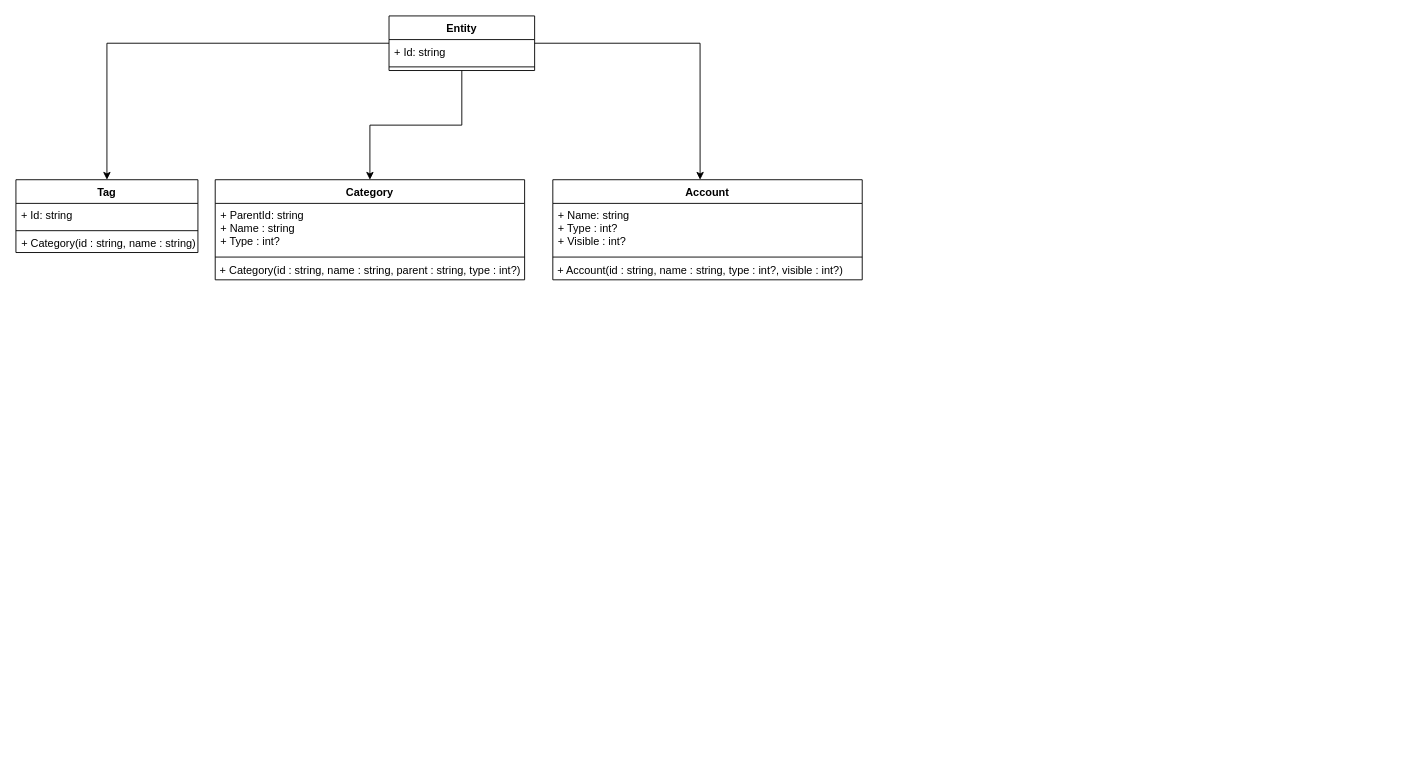
KovalevichArtjom/rovensys keeps this draw.io diagram as Untitled Diagram.drawio. Above is the earlier version. Source tidied: cells renumbered, new cells numbered last; positions are measured from the earlier drawing's top-left corner, leaving out a move shared by most shapes. Both pictures are drawn from the tidied source at 91%, with x=0, y=0 at pixel (15, 15).
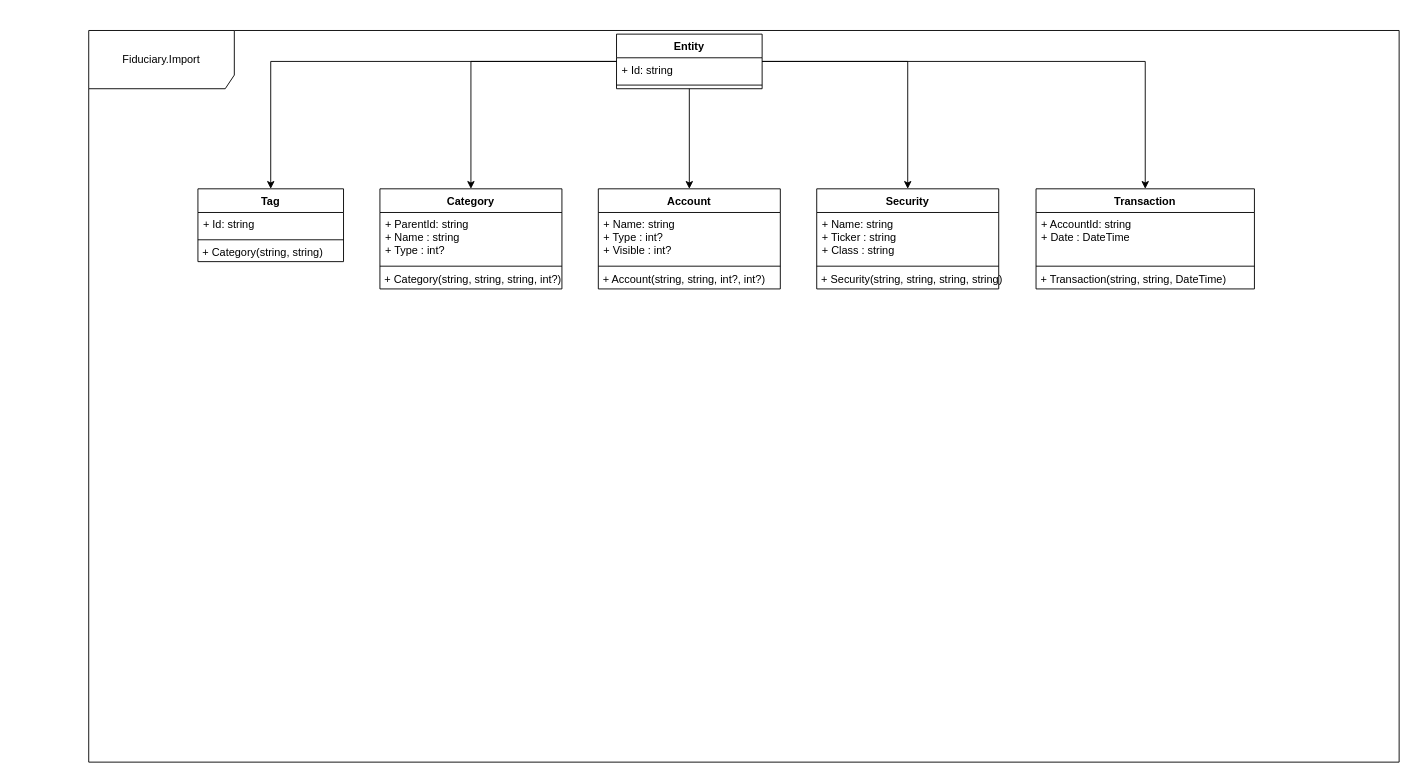
The same page after the edit.

Diff of the diagram source:
```diff
@@
-    <mxCell id="4" style="edgeStyle=orthogonalEdgeStyle;rounded=0;jettySize=auto;html=1;entryX=0.476;entryY=0;entryDx=0;entryDy=0;entryPerimeter=0;" parent="1" edge="1" source="5" target="16">
+    <mxCell id="4" style="edgeStyle=orthogonalEdgeStyle;rounded=0;jettySize=auto;html=1;entryX=0.5;entryY=0;entryDx=0;entryDy=0;" parent="1" edge="1" source="5" target="16">
       <mxGeometry relative="1" as="geometry" />
     </mxCell>
+    <mxCell id="20" style="edgeStyle=orthogonalEdgeStyle;rounded=0;jettySize=auto;html=1;entryX=0.5;entryY=0;entryDx=0;entryDy=0;" parent="1" edge="1" source="5" target="22">
+      <mxGeometry relative="1" as="geometry" />
+    </mxCell>
+    <mxCell id="21" style="edgeStyle=orthogonalEdgeStyle;rounded=0;jettySize=auto;html=1;entryX=0.5;entryY=0;entryDx=0;entryDy=0;" parent="1" edge="1" source="5" target="26">
+      <mxGeometry relative="1" as="geometry" />
+    </mxCell>
     <mxCell id="5" value="Entity" style="swimlane;fontStyle=1;align=center;verticalAlign=top;horizontal=1;startSize=26;" parent="1" vertex="1">
-      <mxGeometry x="410" width="160" height="60" as="geometry" />
+      <mxGeometry x="660" y="20" width="160" height="60" as="geometry" />
     </mxCell>
@@
     <mxCell id="8" value="Tag" style="swimlane;fontStyle=1;align=center;verticalAlign=top;horizontal=1;startSize=26;" parent="1" vertex="1">
-      <mxGeometry y="180" width="200" height="80" as="geometry" />
+      <mxGeometry x="200" y="190" width="160" height="80" as="geometry" />
     </mxCell>
     <mxCell id="9" value="+ Id: string" style="text;strokeColor=none;fillColor=none;align=left;verticalAlign=top;spacingLeft=4;spacingRight=4;overflow=hidden;" parent="8" vertex="1">
-      <mxGeometry y="26" width="200" height="26" as="geometry" />
+      <mxGeometry y="26" width="160" height="26" as="geometry" />
     </mxCell>
     <mxCell id="10" style="line;strokeWidth=1;fillColor=none;align=left;verticalAlign=middle;spacingTop=-1;spacingLeft=3;spacingRight=3;labelPosition=right;" parent="8" vertex="1">
-      <mxGeometry y="52" width="200" height="8" as="geometry" />
+      <mxGeometry y="52" width="160" height="8" as="geometry" />
     </mxCell>
-    <mxCell id="11" value="&lt;div align=&quot;left&quot;&gt;&amp;nbsp;+ Category(id : string, name : string)&lt;/div&gt;" style="text;html=1;align=center;verticalAlign=middle;strokeColor=none;fillColor=none;" parent="8" vertex="1">
-      <mxGeometry y="60" width="200" height="20" as="geometry" />
+    <mxCell id="11" value="&lt;div align=&quot;left&quot;&gt;&amp;nbsp;+ Category(string, string)&lt;/div&gt;" style="text;html=1;align=left;verticalAlign=middle;strokeColor=none;fillColor=none;" parent="8" vertex="1">
+      <mxGeometry y="60" width="160" height="20" as="geometry" />
     </mxCell>
     <mxCell id="12" value="Category" style="swimlane;fontStyle=1;align=center;verticalAlign=top;horizontal=1;startSize=26;" parent="1" vertex="1">
-      <mxGeometry x="219" y="180" width="340" height="110" as="geometry" />
+      <mxGeometry x="400" y="190" width="200" height="110" as="geometry" />
     </mxCell>
     <mxCell id="13" value="+ ParentId: string&#10;+ Name : string&#10;+ Type : int?" style="text;strokeColor=none;fillColor=none;align=left;verticalAlign=top;spacingLeft=4;spacingRight=4;overflow=hidden;" parent="12" vertex="1">
-      <mxGeometry y="26" width="340" height="54" as="geometry" />
+      <mxGeometry y="26" width="200" height="54" as="geometry" />
     </mxCell>
     <mxCell id="14" style="line;strokeWidth=1;fillColor=none;align=left;verticalAlign=middle;spacingTop=-1;spacingLeft=3;spacingRight=3;labelPosition=right;" parent="12" vertex="1">
-      <mxGeometry y="80" width="340" height="10" as="geometry" />
+      <mxGeometry y="80" width="200" height="10" as="geometry" />
     </mxCell>
-    <mxCell id="15" value="&lt;div align=&quot;left&quot;&gt;&amp;nbsp;+ Category(id : string, name : string, parent : string, type : int?)&lt;/div&gt;" style="text;html=1;align=left;verticalAlign=middle;strokeColor=none;fillColor=none;" parent="12" vertex="1">
-      <mxGeometry y="90" width="340" height="20" as="geometry" />
+    <mxCell id="15" value="&lt;div align=&quot;left&quot;&gt;&amp;nbsp;+ Category(string, string, string, int?)&lt;/div&gt;" style="text;html=1;align=left;verticalAlign=middle;strokeColor=none;fillColor=none;" parent="12" vertex="1">
+      <mxGeometry y="90" width="200" height="20" as="geometry" />
     </mxCell>
     <mxCell id="16" value="Account" style="swimlane;fontStyle=1;align=center;verticalAlign=top;horizontal=1;startSize=26;" parent="1" vertex="1">
-      <mxGeometry x="590" y="180" width="340" height="110" as="geometry" />
+      <mxGeometry x="640" y="190" width="200" height="110" as="geometry" />
     </mxCell>
     <mxCell id="17" value="+ Name: string&#10;+ Type : int?&#10;+ Visible : int?" style="text;strokeColor=none;fillColor=none;align=left;verticalAlign=top;spacingLeft=4;spacingRight=4;overflow=hidden;" parent="16" vertex="1">
-      <mxGeometry y="26" width="340" height="54" as="geometry" />
+      <mxGeometry y="26" width="200" height="54" as="geometry" />
     </mxCell>
     <mxCell id="18" style="line;strokeWidth=1;fillColor=none;align=left;verticalAlign=middle;spacingTop=-1;spacingLeft=3;spacingRight=3;labelPosition=right;" parent="16" vertex="1">
-      <mxGeometry y="80" width="340" height="10" as="geometry" />
+      <mxGeometry y="80" width="200" height="10" as="geometry" />
     </mxCell>
-    <mxCell id="19" value="&lt;div align=&quot;left&quot;&gt;&amp;nbsp;+ Account(id : string, name : string, type : int?, visible : int?)&lt;/div&gt;" style="text;html=1;align=left;verticalAlign=middle;strokeColor=none;fillColor=none;" parent="16" vertex="1">
-      <mxGeometry y="90" width="340" height="20" as="geometry" />
+    <mxCell id="19" value="&lt;div align=&quot;left&quot;&gt;&amp;nbsp;+ Account(string, string, int?, int?)&lt;/div&gt;" style="text;html=1;align=left;verticalAlign=middle;strokeColor=none;fillColor=none;" parent="16" vertex="1">
+      <mxGeometry y="90" width="200" height="20" as="geometry" />
     </mxCell>
+    <mxCell id="22" value="Security" style="swimlane;fontStyle=1;align=center;verticalAlign=top;horizontal=1;startSize=26;" parent="1" vertex="1">
+      <mxGeometry x="880" y="190" width="200" height="110" as="geometry" />
+    </mxCell>
+    <mxCell id="23" value="+ Name: string&#10;+ Ticker : string&#10;+ Class : string" style="text;strokeColor=none;fillColor=none;align=left;verticalAlign=top;spacingLeft=4;spacingRight=4;overflow=hidden;" parent="22" vertex="1">
+      <mxGeometry y="26" width="200" height="54" as="geometry" />
+    </mxCell>
+    <mxCell id="24" style="line;strokeWidth=1;fillColor=none;align=left;verticalAlign=middle;spacingTop=-1;spacingLeft=3;spacingRight=3;labelPosition=right;" parent="22" vertex="1">
+      <mxGeometry y="80" width="200" height="10" as="geometry" />
+    </mxCell>
+    <mxCell id="25" value="&lt;div align=&quot;left&quot;&gt;&amp;nbsp;+ Security(string, string, string, string)&lt;/div&gt;" style="text;html=1;align=left;verticalAlign=middle;strokeColor=none;fillColor=none;" parent="22" vertex="1">
+      <mxGeometry y="90" width="200" height="20" as="geometry" />
+    </mxCell>
+    <mxCell id="26" value="Transaction" style="swimlane;fontStyle=1;align=center;verticalAlign=top;horizontal=1;startSize=26;" parent="1" vertex="1">
+      <mxGeometry x="1121" y="190" width="240" height="110" as="geometry" />
+    </mxCell>
+    <mxCell id="27" value="+ AccountId: string&#10;+ Date : DateTime" style="text;strokeColor=none;fillColor=none;align=left;verticalAlign=top;spacingLeft=4;spacingRight=4;overflow=hidden;" parent="26" vertex="1">
+      <mxGeometry y="26" width="240" height="54" as="geometry" />
+    </mxCell>
+    <mxCell id="28" style="line;strokeWidth=1;fillColor=none;align=left;verticalAlign=middle;spacingTop=-1;spacingLeft=3;spacingRight=3;labelPosition=right;" parent="26" vertex="1">
+      <mxGeometry y="80" width="240" height="10" as="geometry" />
+    </mxCell>
+    <mxCell id="29" value="&lt;div align=&quot;left&quot;&gt;&amp;nbsp;+ Transaction(string, string, DateTime)&lt;/div&gt;" style="text;html=1;align=left;verticalAlign=middle;strokeColor=none;fillColor=none;" parent="26" vertex="1">
+      <mxGeometry y="90" width="240" height="20" as="geometry" />
+    </mxCell>
+    <mxCell id="30" value="&lt;div&gt;Fiduciary.Import&lt;/div&gt;" style="shape=umlFrame;whiteSpace=wrap;html=1;width=160;height=64;" parent="1" vertex="1">
+      <mxGeometry x="80" y="16" width="1440" height="804" as="geometry" />
+    </mxCell>
```
